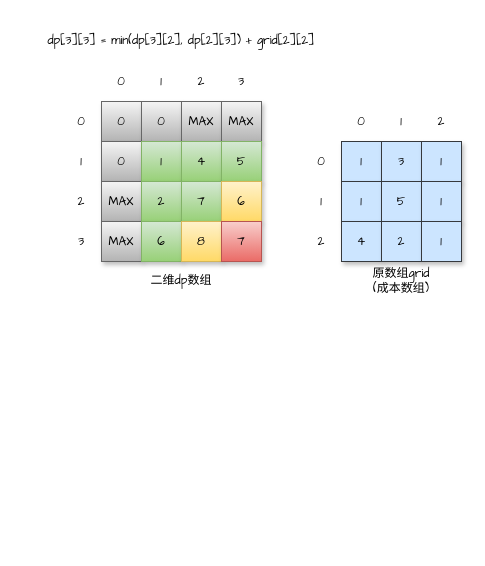
This is draw.io/最小路径和.drawio from goldknife6/algorithm, a draw.io file, before an edit. Source tidied: cells renumbered, new cells numbered last; positions are measured from the earlier drawing's top-left corner, leaving out a move shared by most shapes. Both pictures are drawn from the tidied source at 100%, with x=0, y=0 at pixel (21, 21).
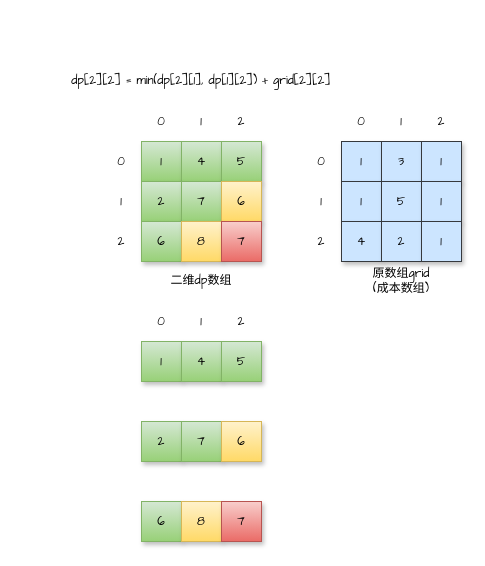
The same diagram, later.

Commit message:
更新最小路径和.drawio

Change to the diagram source:
```diff
@@
-    <mxCell id="2" value="&lt;font face=&quot;Comic Sans MS&quot;&gt;0&lt;/font&gt;" style="rounded=0;whiteSpace=wrap;html=1;fillColor=#f5f5f5;strokeColor=#666666;shadow=1;gradientColor=#b3b3b3;" parent="1" vertex="1">
-      <mxGeometry x="80" y="80" width="40" height="40" as="geometry" />
-    </mxCell>
-    <mxCell id="3" value="&lt;span style=&quot;font-family: &amp;#34;comic sans ms&amp;#34;&quot;&gt;0&lt;/span&gt;" style="rounded=0;whiteSpace=wrap;html=1;fillColor=#f5f5f5;strokeColor=#666666;shadow=1;gradientColor=#b3b3b3;" parent="1" vertex="1">
-      <mxGeometry x="120" y="80" width="40" height="40" as="geometry" />
-    </mxCell>
-    <mxCell id="4" value="&lt;span style=&quot;font-family: &amp;#34;comic sans ms&amp;#34;&quot;&gt;MAX&lt;/span&gt;" style="rounded=0;whiteSpace=wrap;html=1;fillColor=#f5f5f5;strokeColor=#666666;shadow=1;gradientColor=#b3b3b3;" parent="1" vertex="1">
-      <mxGeometry x="160" y="80" width="40" height="40" as="geometry" />
-    </mxCell>
-    <mxCell id="5" value="&lt;span&gt;&lt;font face=&quot;Comic Sans MS&quot;&gt;MAX&lt;/font&gt;&lt;/span&gt;" style="rounded=0;whiteSpace=wrap;html=1;fillColor=#f5f5f5;strokeColor=#666666;shadow=1;gradientColor=#b3b3b3;" parent="1" vertex="1">
-      <mxGeometry x="200" y="80" width="40" height="40" as="geometry" />
-    </mxCell>
-    <mxCell id="6" value="&lt;span style=&quot;font-family: &amp;#34;comic sans ms&amp;#34;&quot;&gt;0&lt;/span&gt;" style="rounded=0;whiteSpace=wrap;html=1;fillColor=#f5f5f5;strokeColor=#666666;shadow=1;gradientColor=#b3b3b3;" parent="1" vertex="1">
-      <mxGeometry x="80" y="120" width="40" height="40" as="geometry" />
-    </mxCell>
@@
-    <mxCell id="10" value="&lt;span style=&quot;font-family: &amp;#34;comic sans ms&amp;#34;&quot;&gt;MAX&lt;/span&gt;" style="rounded=0;whiteSpace=wrap;html=1;fillColor=#f5f5f5;strokeColor=#666666;shadow=1;gradientColor=#b3b3b3;" parent="1" vertex="1">
-      <mxGeometry x="80" y="160" width="40" height="40" as="geometry" />
-    </mxCell>
@@
-    <mxCell id="14" value="&lt;span style=&quot;font-family: &amp;#34;comic sans ms&amp;#34;&quot;&gt;MAX&lt;/span&gt;" style="rounded=0;whiteSpace=wrap;html=1;fillColor=#f5f5f5;strokeColor=#666666;shadow=1;gradientColor=#b3b3b3;" parent="1" vertex="1">
-      <mxGeometry x="80" y="200" width="40" height="40" as="geometry" />
-    </mxCell>
@@
     <mxCell id="18" value="&lt;font face=&quot;Comic Sans MS&quot;&gt;0&lt;/font&gt;" style="rounded=0;whiteSpace=wrap;html=1;opacity=0;" parent="1" vertex="1">
-      <mxGeometry x="80" y="40" width="40" height="40" as="geometry" />
+      <mxGeometry x="120" y="80" width="40" height="40" as="geometry" />
     </mxCell>
     <mxCell id="19" value="&lt;font face=&quot;Comic Sans MS&quot;&gt;1&lt;/font&gt;" style="rounded=0;whiteSpace=wrap;html=1;opacity=0;" parent="1" vertex="1">
-      <mxGeometry x="120" y="40" width="40" height="40" as="geometry" />
+      <mxGeometry x="160" y="80" width="40" height="40" as="geometry" />
     </mxCell>
     <mxCell id="20" value="&lt;font face=&quot;Comic Sans MS&quot;&gt;2&lt;/font&gt;" style="rounded=0;whiteSpace=wrap;html=1;opacity=0;" parent="1" vertex="1">
-      <mxGeometry x="160" y="40" width="40" height="40" as="geometry" />
+      <mxGeometry x="200" y="80" width="40" height="40" as="geometry" />
     </mxCell>
-    <mxCell id="21" value="&lt;font face=&quot;Comic Sans MS&quot;&gt;3&lt;/font&gt;" style="rounded=0;whiteSpace=wrap;html=1;opacity=0;" parent="1" vertex="1">
-      <mxGeometry x="200" y="40" width="40" height="40" as="geometry" />
-    </mxCell>
     <mxCell id="22" value="&lt;font face=&quot;Comic Sans MS&quot;&gt;0&lt;/font&gt;" style="rounded=0;whiteSpace=wrap;html=1;opacity=0;" parent="1" vertex="1">
-      <mxGeometry x="40" y="80" width="40" height="40" as="geometry" />
+      <mxGeometry x="80" y="120" width="40" height="40" as="geometry" />
     </mxCell>
     <mxCell id="23" value="&lt;font face=&quot;Comic Sans MS&quot;&gt;1&lt;/font&gt;" style="rounded=0;whiteSpace=wrap;html=1;opacity=0;" parent="1" vertex="1">
-      <mxGeometry x="40" y="120" width="40" height="40" as="geometry" />
+      <mxGeometry x="80" y="160" width="40" height="40" as="geometry" />
     </mxCell>
     <mxCell id="24" value="&lt;font face=&quot;Comic Sans MS&quot;&gt;2&lt;/font&gt;" style="rounded=0;whiteSpace=wrap;html=1;opacity=0;" parent="1" vertex="1">
-      <mxGeometry x="40" y="160" width="40" height="40" as="geometry" />
+      <mxGeometry x="80" y="200" width="40" height="40" as="geometry" />
     </mxCell>
-    <mxCell id="25" value="&lt;font face=&quot;Comic Sans MS&quot;&gt;3&lt;/font&gt;" style="rounded=0;whiteSpace=wrap;html=1;opacity=0;" parent="1" vertex="1">
-      <mxGeometry x="40" y="200" width="40" height="40" as="geometry" />
-    </mxCell>
     <mxCell id="26" value="二维dp数组" style="text;html=1;strokeColor=none;fillColor=none;align=center;verticalAlign=middle;whiteSpace=wrap;rounded=0;shadow=1;sketch=1;fontFamily=Comic Sans MS;opacity=0;" parent="1" vertex="1">
-      <mxGeometry x="80" y="240" width="160" height="40" as="geometry" />
+      <mxGeometry x="120" y="240" width="120" height="40" as="geometry" />
     </mxCell>
@@
-    <mxCell id="43" value="dp[3][3] = min(dp[3][2], dp[2][3]) + grid[2][2]" style="text;html=1;strokeColor=none;fillColor=none;align=center;verticalAlign=middle;whiteSpace=wrap;rounded=0;shadow=1;sketch=1;fontFamily=Comic Sans MS;opacity=0;" parent="1" vertex="1">
-      <mxGeometry width="320" height="40" as="geometry" />
+    <mxCell id="43" value="dp[2][2] = min(dp[2][1], dp[1][2]) + grid[2][2]" style="text;html=1;strokeColor=none;fillColor=none;align=center;verticalAlign=middle;whiteSpace=wrap;rounded=0;shadow=1;sketch=1;fontFamily=Comic Sans MS;opacity=0;" parent="1" vertex="1">
+      <mxGeometry x="20" y="40" width="320" height="40" as="geometry" />
     </mxCell>
+    <mxCell id="44" value="&lt;font face=&quot;Comic Sans MS&quot;&gt;1&lt;/font&gt;" style="rounded=0;whiteSpace=wrap;html=1;fillColor=#d5e8d4;strokeColor=#82b366;shadow=1;gradientColor=#97d077;" parent="1" vertex="1">
+      <mxGeometry x="120" y="320" width="40" height="40" as="geometry" />
+    </mxCell>
+    <mxCell id="45" value="&lt;font face=&quot;Comic Sans MS&quot;&gt;4&lt;/font&gt;" style="rounded=0;whiteSpace=wrap;html=1;fillColor=#d5e8d4;strokeColor=#82b366;shadow=1;gradientColor=#97d077;" parent="1" vertex="1">
+      <mxGeometry x="160" y="320" width="40" height="40" as="geometry" />
+    </mxCell>
+    <mxCell id="46" value="&lt;span style=&quot;font-family: &amp;#34;comic sans ms&amp;#34;&quot;&gt;5&lt;/span&gt;" style="rounded=0;whiteSpace=wrap;html=1;fillColor=#d5e8d4;strokeColor=#82b366;shadow=1;gradientColor=#97d077;" parent="1" vertex="1">
+      <mxGeometry x="200" y="320" width="40" height="40" as="geometry" />
+    </mxCell>
+    <mxCell id="47" value="&lt;span style=&quot;font-family: &amp;#34;comic sans ms&amp;#34;&quot;&gt;2&lt;/span&gt;" style="rounded=0;whiteSpace=wrap;html=1;fillColor=#d5e8d4;strokeColor=#82b366;shadow=1;gradientColor=#97d077;" parent="1" vertex="1">
+      <mxGeometry x="120" y="400" width="40" height="40" as="geometry" />
+    </mxCell>
+    <mxCell id="48" value="&lt;font face=&quot;Comic Sans MS&quot;&gt;7&lt;/font&gt;" style="rounded=0;whiteSpace=wrap;html=1;fillColor=#d5e8d4;strokeColor=#82b366;shadow=1;gradientColor=#97d077;" parent="1" vertex="1">
+      <mxGeometry x="160" y="400" width="40" height="40" as="geometry" />
+    </mxCell>
+    <mxCell id="49" value="&lt;span style=&quot;font-family: &amp;#34;comic sans ms&amp;#34;&quot;&gt;6&lt;/span&gt;" style="rounded=0;whiteSpace=wrap;html=1;fillColor=#fff2cc;strokeColor=#d6b656;shadow=1;gradientColor=#ffd966;" parent="1" vertex="1">
+      <mxGeometry x="200" y="400" width="40" height="40" as="geometry" />
+    </mxCell>
+    <mxCell id="50" value="&lt;font face=&quot;Comic Sans MS&quot;&gt;6&lt;/font&gt;" style="rounded=0;whiteSpace=wrap;html=1;fillColor=#d5e8d4;strokeColor=#82b366;shadow=1;gradientColor=#97d077;" parent="1" vertex="1">
+      <mxGeometry x="120" y="480" width="40" height="40" as="geometry" />
+    </mxCell>
+    <mxCell id="51" value="&lt;font face=&quot;Comic Sans MS&quot;&gt;8&lt;/font&gt;" style="rounded=0;whiteSpace=wrap;html=1;fillColor=#fff2cc;strokeColor=#d6b656;shadow=1;gradientColor=#ffd966;" parent="1" vertex="1">
+      <mxGeometry x="160" y="480" width="40" height="40" as="geometry" />
+    </mxCell>
+    <mxCell id="52" value="&lt;span style=&quot;font-family: &amp;#34;comic sans ms&amp;#34;&quot;&gt;7&lt;/span&gt;" style="rounded=0;whiteSpace=wrap;html=1;fillColor=#f8cecc;strokeColor=#b85450;shadow=1;gradientColor=#ea6b66;" parent="1" vertex="1">
+      <mxGeometry x="200" y="480" width="40" height="40" as="geometry" />
+    </mxCell>
+    <mxCell id="53" value="&lt;font face=&quot;Comic Sans MS&quot;&gt;0&lt;/font&gt;" style="rounded=0;whiteSpace=wrap;html=1;opacity=0;" parent="1" vertex="1">
+      <mxGeometry x="120" y="280" width="40" height="40" as="geometry" />
+    </mxCell>
+    <mxCell id="54" value="&lt;font face=&quot;Comic Sans MS&quot;&gt;1&lt;/font&gt;" style="rounded=0;whiteSpace=wrap;html=1;opacity=0;" parent="1" vertex="1">
+      <mxGeometry x="160" y="280" width="40" height="40" as="geometry" />
+    </mxCell>
+    <mxCell id="55" value="&lt;font face=&quot;Comic Sans MS&quot;&gt;2&lt;/font&gt;" style="rounded=0;whiteSpace=wrap;html=1;opacity=0;" parent="1" vertex="1">
+      <mxGeometry x="200" y="280" width="40" height="40" as="geometry" />
+    </mxCell>
```
